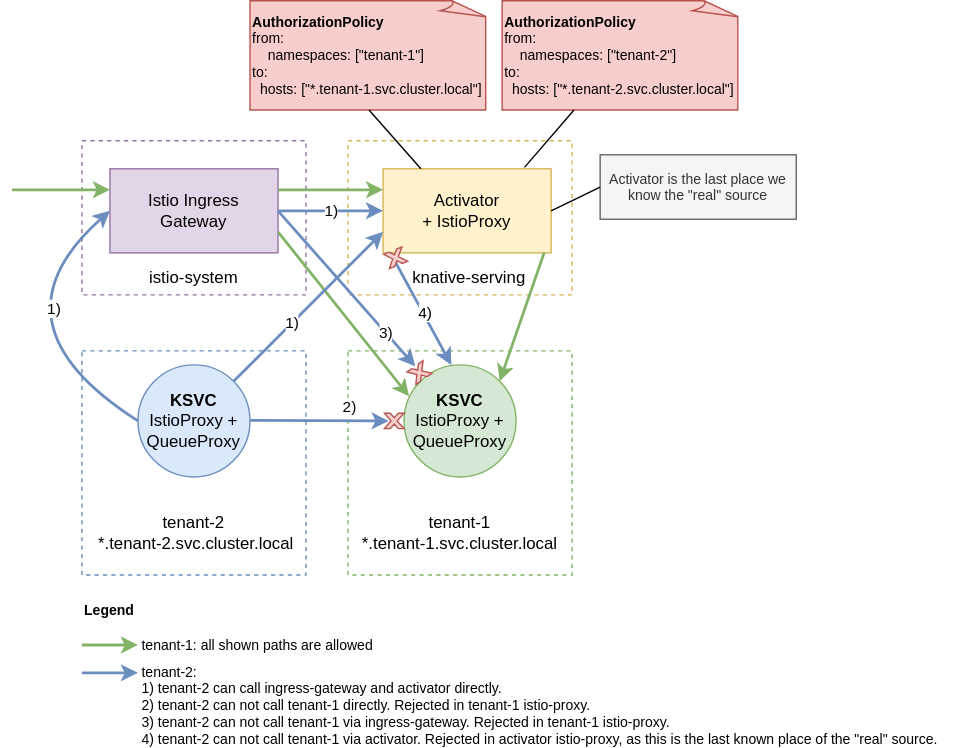
Above: modules/serverless-common/assets/images/service-mesh/multi-tenancy-service-mesh.drawio.svg in openshift-knative/docs (draw.io), before the change. Source tidied: cells renumbered, new cells last; positions are measured from the earlier drawing's top-left corner, leaving out a move shared by most shapes.
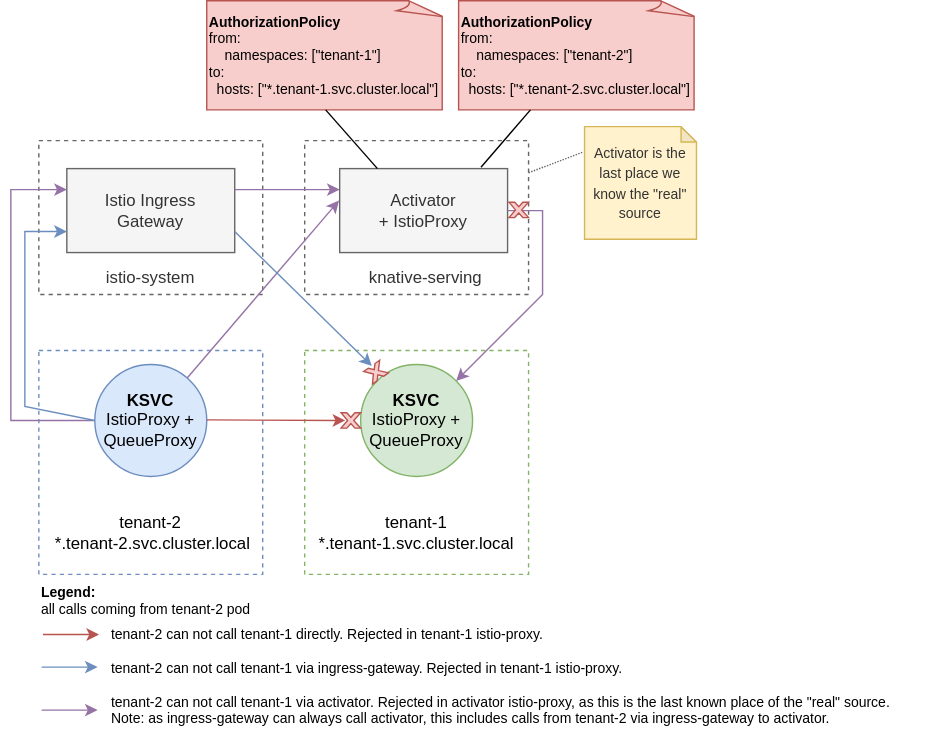
After the commit.

Commit message:
use updated diagram of tenancy diagram

The edit, as a diff of the source:
```diff
@@ -8,16 +8,16 @@
     <mxCell id="3" value="&lt;br&gt;&lt;br&gt;&lt;br&gt;&lt;br&gt;&lt;br&gt;&lt;br&gt;&lt;br&gt;tenant-2&lt;br&gt;&amp;nbsp;*.tenant-2.svc.cluster.local" style="rounded=0;whiteSpace=wrap;html=1;fillColor=none;dashed=1;strokeColor=#6c8ebf;" parent="1" vertex="1">
       <mxGeometry x="70" y="250" width="160" height="160" as="geometry" />
     </mxCell>
-    <mxCell id="4" value="&lt;br&gt;&lt;br&gt;&lt;br&gt;&lt;br&gt;&lt;br&gt;&lt;br&gt;&amp;nbsp; &amp;nbsp; knative-serving" style="rounded=0;whiteSpace=wrap;html=1;fillColor=none;dashed=1;strokeColor=#d6b656;" parent="1" vertex="1">
+    <mxCell id="4" value="&lt;br&gt;&lt;br&gt;&lt;br&gt;&lt;br&gt;&lt;br&gt;&lt;br&gt;&amp;nbsp; &amp;nbsp; knative-serving" style="rounded=0;whiteSpace=wrap;html=1;fillColor=none;dashed=1;strokeColor=#666666;fontColor=#333333;" parent="1" vertex="1">
       <mxGeometry x="260" y="100" width="160" height="110" as="geometry" />
     </mxCell>
-    <mxCell id="5" value="&lt;br&gt;&lt;br&gt;&lt;br&gt;&lt;br&gt;&lt;br&gt;&lt;br&gt;istio-system" style="rounded=0;whiteSpace=wrap;html=1;fillColor=none;dashed=1;strokeColor=#9673a6;" parent="1" vertex="1">
+    <mxCell id="5" value="&lt;br&gt;&lt;br&gt;&lt;br&gt;&lt;br&gt;&lt;br&gt;&lt;br&gt;istio-system" style="rounded=0;whiteSpace=wrap;html=1;fillColor=none;dashed=1;strokeColor=#666666;fontColor=#333333;" parent="1" vertex="1">
       <mxGeometry x="70" y="100" width="160" height="110" as="geometry" />
     </mxCell>
-    <mxCell id="6" value="Istio Ingress &lt;br&gt;Gateway" style="rounded=0;whiteSpace=wrap;html=1;fillColor=#e1d5e7;strokeColor=#9673a6;" parent="1" vertex="1">
+    <mxCell id="6" value="Istio Ingress &lt;br&gt;Gateway" style="rounded=0;whiteSpace=wrap;html=1;fillColor=#f5f5f5;strokeColor=#666666;fontColor=#333333;" parent="1" vertex="1">
       <mxGeometry x="90" y="120" width="120" height="60" as="geometry" />
     </mxCell>
-    <mxCell id="7" value="Activator&lt;br&gt;+ IstioProxy" style="rounded=0;whiteSpace=wrap;html=1;fillColor=#fff2cc;strokeColor=#d6b656;" parent="1" vertex="1">
+    <mxCell id="7" value="Activator&lt;br&gt;+ IstioProxy" style="rounded=0;whiteSpace=wrap;html=1;fillColor=#f5f5f5;strokeColor=#666666;fontColor=#333333;" parent="1" vertex="1">
       <mxGeometry x="285" y="120" width="120" height="60" as="geometry" />
     </mxCell>
     <mxCell id="8" value="&lt;b&gt;KSVC&lt;/b&gt; IstioProxy + QueueProxy" style="ellipse;whiteSpace=wrap;html=1;fillColor=#dae8fc;strokeColor=#6c8ebf;" parent="1" vertex="1">
@@ -26,55 +26,37 @@
     <mxCell id="9" value="&lt;b&gt;KSVC&lt;br&gt;&lt;/b&gt;IstioProxy + QueueProxy" style="ellipse;whiteSpace=wrap;html=1;fillColor=#d5e8d4;strokeColor=#82b366;" parent="1" vertex="1">
       <mxGeometry x="300" y="260" width="80" height="80" as="geometry" />
     </mxCell>
-    <mxCell id="10" style="endArrow=classic;html=1;rounded=0;entryX=0;entryY=0.25;entryDx=0;entryDy=0;fillColor=#d5e8d4;strokeColor=#82b366;strokeWidth=2;" parent="1" edge="1" target="6">
-      <mxGeometry relative="1" as="geometry">
-        <mxPoint x="20" y="135" as="sourcePoint" />
-      </mxGeometry>
-    </mxCell>
-    <mxCell id="11" style="endArrow=classic;html=1;rounded=0;fillColor=#d5e8d4;strokeColor=#82b366;strokeWidth=2;exitX=1;exitY=0.25;exitDx=0;exitDy=0;entryX=0;entryY=0.25;entryDx=0;entryDy=0;" parent="1" edge="1" source="6" target="7">
-      <mxGeometry relative="1" as="geometry" />
-    </mxCell>
-    <mxCell id="12" style="endArrow=classic;html=1;rounded=0;fillColor=#d5e8d4;strokeColor=#82b366;strokeWidth=2;entryX=1;entryY=0;entryDx=0;entryDy=0;" parent="1" edge="1" target="9">
-      <mxGeometry relative="1" as="geometry">
-        <mxPoint x="400" y="180" as="sourcePoint" />
-      </mxGeometry>
-    </mxCell>
-    <mxCell id="13" style="endArrow=classic;html=1;rounded=0;fillColor=#d5e8d4;strokeColor=#82b366;strokeWidth=2;exitX=1;exitY=0.75;exitDx=0;exitDy=0;entryX=0.044;entryY=0.28;entryDx=0;entryDy=0;entryPerimeter=0;" parent="1" edge="1" source="6" target="9">
-      <mxGeometry relative="1" as="geometry" />
-    </mxCell>
-    <mxCell id="14" value="2)" style="endArrow=classic;html=1;rounded=0;fillColor=#dae8fc;strokeColor=#6c8ebf;strokeWidth=2;" parent="1" edge="1">
-      <mxGeometry x="0.43" y="10" relative="1" as="geometry">
+    <mxCell id="14" style="endArrow=classic;html=1;rounded=0;fillColor=#f8cecc;strokeColor=#b85450;strokeWidth=1;" parent="1" edge="1">
+      <mxGeometry x="0.09" y="9" relative="1" as="geometry">
         <mxPoint x="190" y="299.6" as="sourcePoint" />
         <mxPoint x="289" y="300" as="targetPoint" />
       </mxGeometry>
     </mxCell>
-    <mxCell id="15" value="1)" style="endArrow=classic;html=1;rounded=0;entryX=0;entryY=0.75;entryDx=0;entryDy=0;fillColor=#dae8fc;strokeColor=#6c8ebf;strokeWidth=2;exitX=1;exitY=0;exitDx=0;exitDy=0;" parent="1" edge="1" source="8" target="7">
-      <mxGeometry x="-0.22" relative="1" as="geometry" />
+    <mxCell id="15" style="endArrow=classic;html=1;rounded=0;fillColor=#e1d5e7;strokeColor=#9673a6;strokeWidth=1;entryX=-0.004;entryY=0.381;entryDx=0;entryDy=0;entryPerimeter=0;" parent="1" edge="1" source="8" target="7">
+      <mxGeometry x="-0.15" y="-6" relative="1" as="geometry" />
     </mxCell>
-    <mxCell id="16" value="1)" style="endArrow=classic;html=1;rounded=0;fillColor=#dae8fc;strokeColor=#6c8ebf;strokeWidth=2;exitX=1;exitY=0.5;exitDx=0;exitDy=0;entryX=0;entryY=0.5;entryDx=0;entryDy=0;" parent="1" edge="1" source="6" target="7">
+    <mxCell id="16" style="endArrow=classic;html=1;rounded=0;fillColor=#e1d5e7;strokeColor=#9673a6;strokeWidth=1;exitX=1;exitY=0.25;exitDx=0;exitDy=0;entryX=0;entryY=0.25;entryDx=0;entryDy=0;" parent="1" edge="1" source="6" target="7">
       <mxGeometry relative="1" as="geometry" />
     </mxCell>
     <mxCell id="17" style="verticalLabelPosition=bottom;verticalAlign=top;html=1;shape=mxgraph.basic.x;fillColor=#f8cecc;strokeColor=#b85450;rotation=0;" parent="1" vertex="1">
       <mxGeometry x="286" y="294.5" width="14" height="11" as="geometry" />
     </mxCell>
-    <mxCell id="18" value="4)" style="endArrow=classic;html=1;rounded=0;fillColor=#dae8fc;strokeColor=#6c8ebf;strokeWidth=2;exitX=0.044;exitY=1.001;exitDx=0;exitDy=0;entryX=0.422;entryY=0.001;entryDx=0;entryDy=0;exitPerimeter=0;entryPerimeter=0;" parent="1" edge="1" source="7" target="9">
-      <mxGeometry x="0.09" y="1" relative="1" as="geometry" />
+    <mxCell id="18" style="endArrow=classic;html=1;rounded=0;fillColor=#e1d5e7;strokeColor=#9673a6;strokeWidth=1;exitX=1;exitY=0.5;exitDx=0;exitDy=0;entryX=1;entryY=0;entryDx=0;entryDy=0;" parent="1" edge="1" source="7" target="9">
+      <mxGeometry x="0.09" y="1" relative="1" as="geometry">
+        <Array as="points">
+          <mxPoint x="430" y="150" />
+          <mxPoint x="430" y="210" />
+        </Array>
+      </mxGeometry>
     </mxCell>
-    <mxCell id="19" value="1)" style="endArrow=classic;html=1;entryX=0;entryY=0.5;entryDx=0;entryDy=0;fillColor=#dae8fc;strokeColor=#6c8ebf;strokeWidth=2;exitX=0;exitY=0.5;exitDx=0;exitDy=0;curved=1;" parent="1" edge="1" source="8" target="6">
-      <mxGeometry x="0.39" y="-26" relative="1" as="geometry">
-        <Array as="points">
-          <mxPoint y="230" />
-        </Array>
-      </mxGeometry>
-    </mxCell>
     <mxCell id="20" value="&lt;b&gt;AuthorizationPolicy&lt;br&gt;&lt;/b&gt;from:&lt;br&gt;&amp;nbsp; &amp;nbsp;&amp;nbsp;&lt;font style=&quot;font-size: 10px;&quot;&gt;&lt;span style=&quot;box-sizing: border-box; margin: 0px; padding: 0px; border: 0px; font-variant-numeric: inherit; font-variant-east-asian: inherit; font-stretch: inherit; line-height: inherit; vertical-align: baseline;&quot; class=&quot;token key atrule&quot;&gt;namespaces&lt;/span&gt;&lt;span style=&quot;box-sizing: border-box; margin: 0px; padding: 0px; border: 0px; font-variant-numeric: inherit; font-variant-east-asian: inherit; font-stretch: inherit; line-height: inherit; vertical-align: baseline;&quot; class=&quot;token punctuation&quot;&gt;:&amp;nbsp;[&quot;tenant-1&quot;]&lt;br&gt;to:&lt;br&gt;&amp;nbsp; hosts: [&quot;*.tenant-1.svc.cluster.local&quot;]&lt;br&gt;&lt;/span&gt;&lt;/font&gt;" style="whiteSpace=wrap;html=1;shape=mxgraph.basic.document;fontSize=10;fillColor=#f8cecc;align=left;strokeColor=#b85450;" parent="1" vertex="1">
       <mxGeometry x="190" width="170" height="78" as="geometry" />
     </mxCell>
     <mxCell id="21" value="&lt;b&gt;AuthorizationPolicy&lt;br&gt;&lt;/b&gt;from:&lt;br&gt;&amp;nbsp; &amp;nbsp;&amp;nbsp;&lt;font style=&quot;font-size: 10px;&quot;&gt;&lt;span style=&quot;box-sizing: border-box; margin: 0px; padding: 0px; border: 0px; font-variant-numeric: inherit; font-variant-east-asian: inherit; font-stretch: inherit; line-height: inherit; vertical-align: baseline;&quot; class=&quot;token key atrule&quot;&gt;namespaces&lt;/span&gt;&lt;span style=&quot;box-sizing: border-box; margin: 0px; padding: 0px; border: 0px; font-variant-numeric: inherit; font-variant-east-asian: inherit; font-stretch: inherit; line-height: inherit; vertical-align: baseline;&quot; class=&quot;token punctuation&quot;&gt;:&amp;nbsp;[&quot;tenant-2&quot;]&lt;br&gt;to:&lt;br&gt;&amp;nbsp; hosts: [&quot;*.tenant-2.svc.cluster.local&quot;]&lt;br&gt;&lt;/span&gt;&lt;/font&gt;" style="whiteSpace=wrap;html=1;shape=mxgraph.basic.document;fontSize=10;fillColor=#f8cecc;align=left;strokeColor=#b85450;" parent="1" vertex="1">
       <mxGeometry x="370" width="170" height="78" as="geometry" />
     </mxCell>
-    <mxCell id="22" style="verticalLabelPosition=bottom;verticalAlign=top;html=1;shape=mxgraph.basic.x;fillColor=#f8cecc;strokeColor=#b85450;rotation=-22;" parent="1" vertex="1">
-      <mxGeometry x="287" y="178" width="14" height="11" as="geometry" />
+    <mxCell id="22" style="verticalLabelPosition=bottom;verticalAlign=top;html=1;shape=mxgraph.basic.x;fillColor=#f8cecc;strokeColor=#b85450;rotation=0;" parent="1" vertex="1">
+      <mxGeometry x="406" y="144" width="14" height="11" as="geometry" />
     </mxCell>
     <mxCell id="23" style="endArrow=none;html=1;rounded=0;strokeWidth=1;fontFamily=Helvetica;fontSize=10;fontColor=#000000;entryX=0.5;entryY=1;entryDx=0;entryDy=0;entryPerimeter=0;" parent="1" edge="1" target="20">
       <mxGeometry relative="1" as="geometry">
@@ -86,13 +68,10 @@
         <mxPoint x="386" y="119" as="sourcePoint" />
       </mxGeometry>
     </mxCell>
-    <mxCell id="25" value="Activator is the last place we know the &quot;real&quot; source" style="rounded=0;whiteSpace=wrap;html=1;fontFamily=Helvetica;fontSize=10;fontColor=#333333;fillColor=#f5f5f5;strokeColor=#666666;" parent="1" vertex="1">
-      <mxGeometry x="440" y="110" width="140" height="46" as="geometry" />
-    </mxCell>
-    <mxCell id="26" style="endArrow=none;html=1;rounded=0;strokeWidth=1;fontFamily=Helvetica;fontSize=10;fontColor=#000000;exitX=0;exitY=0.5;exitDx=0;exitDy=0;entryX=1;entryY=0.5;entryDx=0;entryDy=0;" parent="1" edge="1" source="25" target="7">
+    <mxCell id="26" style="endArrow=none;html=1;rounded=0;strokeWidth=1;fontFamily=Helvetica;fontSize=10;fontColor=#000000;exitX=-0.021;exitY=0.228;exitDx=0;exitDy=0;exitPerimeter=0;dashed=1;fillColor=#f5f5f5;strokeColor=#666666;dashPattern=1 1;entryX=0.998;entryY=0.21;entryDx=0;entryDy=0;entryPerimeter=0;" parent="1" edge="1" source="25" target="4">
       <mxGeometry relative="1" as="geometry" />
     </mxCell>
-    <mxCell id="27" value="3)" style="endArrow=classic;html=1;rounded=0;fillColor=#dae8fc;strokeColor=#6c8ebf;strokeWidth=2;exitX=1;exitY=0.5;exitDx=0;exitDy=0;" parent="1" edge="1" source="6">
+    <mxCell id="27" style="endArrow=classic;html=1;rounded=0;fillColor=#dae8fc;strokeColor=#6c8ebf;strokeWidth=1;exitX=1;exitY=0.75;exitDx=0;exitDy=0;" parent="1" edge="1" source="6">
       <mxGeometry x="0.57" relative="1" as="geometry">
         <mxPoint x="308" y="261" as="targetPoint" />
       </mxGeometry>
@@ -100,26 +79,48 @@
     <mxCell id="28" style="verticalLabelPosition=bottom;verticalAlign=top;html=1;shape=mxgraph.basic.x;fillColor=#f8cecc;strokeColor=#b85450;rotation=-35;" parent="27" vertex="1">
       <mxGeometry x="-466" y="-490" width="14" height="11" as="geometry" />
     </mxCell>
-    <mxCell id="29" style="endArrow=classic;html=1;rounded=0;fillColor=#d5e8d4;strokeColor=#82b366;strokeWidth=2;" parent="1" edge="1">
-      <mxGeometry relative="1" as="geometry">
-        <mxPoint x="70" y="460" as="sourcePoint" />
-        <mxPoint x="110" y="460" as="targetPoint" />
-      </mxGeometry>
-    </mxCell>
-    <mxCell id="30" value="&lt;b&gt;Legend&lt;br&gt;&lt;/b&gt;" style="text;html=1;strokeColor=none;fillColor=none;align=left;verticalAlign=middle;whiteSpace=wrap;rounded=0;fontFamily=Helvetica;fontSize=10;fontColor=#000000;" parent="1" vertex="1">
-      <mxGeometry x="70" y="430" width="40" height="10" as="geometry" />
+    <mxCell id="30" value="&lt;b&gt;Legend: &lt;br&gt;&lt;/b&gt;all calls coming from tenant-2 pod" style="text;html=1;strokeColor=none;fillColor=none;align=left;verticalAlign=middle;whiteSpace=wrap;rounded=0;fontFamily=Helvetica;fontSize=10;fontColor=#000000;" parent="1" vertex="1">
+      <mxGeometry x="70" y="424" width="440" height="10" as="geometry" />
     </mxCell>
-    <mxCell id="31" style="endArrow=classic;html=1;rounded=0;fillColor=#dae8fc;strokeColor=#6c8ebf;strokeWidth=2;" parent="1" edge="1">
+    <mxCell id="31" style="endArrow=classic;html=1;rounded=0;fillColor=#f8cecc;strokeColor=#b85450;strokeWidth=1;" parent="1" edge="1">
       <mxGeometry relative="1" as="geometry">
-        <mxPoint x="70" y="479.9" as="sourcePoint" />
-        <mxPoint x="110" y="479.9" as="targetPoint" />
+        <mxPoint x="73" y="453" as="sourcePoint" />
+        <mxPoint x="113" y="453" as="targetPoint" />
       </mxGeometry>
     </mxCell>
-    <mxCell id="32" value="tenant-1: all shown paths are allowed" style="text;html=1;strokeColor=none;fillColor=none;align=left;verticalAlign=middle;whiteSpace=wrap;rounded=0;fontFamily=Helvetica;fontSize=10;fontColor=#000000;" parent="1" vertex="1">
-      <mxGeometry x="111" y="455" width="179" height="10" as="geometry" />
-    </mxCell>
-    <mxCell id="33" value="tenant-2:&amp;nbsp;&lt;br&gt;1) tenant-2 can call ingress-gateway and activator directly.&lt;br&gt;2) tenant-2 can not call tenant-1 directly. Rejected in tenant-1 istio-proxy.&lt;br&gt;3) tenant-2 can not call tenant-1 via ingress-gateway. Rejected in tenant-1 istio-proxy.&lt;br&gt;4) tenant-2 can not call tenant-1 via activator. Rejected in activator istio-proxy, as this is the last known place of the &quot;real&quot; source." style="text;html=1;strokeColor=none;fillColor=none;align=left;verticalAlign=middle;whiteSpace=wrap;rounded=0;fontFamily=Helvetica;fontSize=10;fontColor=#000000;" parent="1" vertex="1">
-      <mxGeometry x="111" y="475.5" width="599" height="54.5" as="geometry" />
+    <mxCell id="33" value="tenant-2 can not call tenant-1 directly. Rejected in tenant-1 istio-proxy.&lt;br&gt;&lt;br&gt;tenant-2 can not call tenant-1 via ingress-gateway. Rejected in tenant-1 istio-proxy.&lt;br&gt;&lt;br&gt;tenant-2 can not call tenant-1 via activator. Rejected in activator istio-proxy, as this is the last known place of the &quot;real&quot; source.&lt;br&gt;Note: as ingress-gateway can always call activator, this includes calls from tenant-2 via ingress-gateway to activator." style="text;html=1;strokeColor=none;fillColor=none;align=left;verticalAlign=middle;whiteSpace=wrap;rounded=0;fontFamily=Helvetica;fontSize=10;fontColor=#000000;" parent="1" vertex="1">
+      <mxGeometry x="120" y="440" width="599" height="85" as="geometry" />
     </mxCell>
+    <mxCell id="34" style="endArrow=classic;html=1;entryX=0;entryY=0.25;entryDx=0;entryDy=0;fillColor=#e1d5e7;strokeColor=#9673a6;strokeWidth=1;exitX=0;exitY=0.5;exitDx=0;exitDy=0;rounded=0;" parent="1" edge="1" source="8" target="6">
+      <mxGeometry x="0.42" y="-30" relative="1" as="geometry">
+        <Array as="points">
+          <mxPoint x="50" y="300" />
+          <mxPoint x="50" y="135" />
+        </Array>
+      </mxGeometry>
+    </mxCell>
+    <mxCell id="35" style="endArrow=classic;html=1;entryX=0;entryY=0.75;entryDx=0;entryDy=0;fillColor=#dae8fc;strokeColor=#6c8ebf;strokeWidth=1;exitX=0;exitY=0.5;exitDx=0;exitDy=0;rounded=0;" parent="1" edge="1" source="8" target="6">
+      <mxGeometry x="0.42" y="-30" relative="1" as="geometry">
+        <Array as="points">
+          <mxPoint x="60" y="290" />
+          <mxPoint x="60" y="165" />
+        </Array>
+      </mxGeometry>
+    </mxCell>
+    <mxCell id="25" value="&lt;span style=&quot;color: rgb(51, 51, 51); font-size: 10px;&quot;&gt;Activator is the last place we know the &quot;real&quot; source&lt;/span&gt;" style="shape=note;whiteSpace=wrap;html=1;backgroundOutline=1;darkOpacity=0.05;fillColor=#fff2cc;size=11;strokeColor=#d6b656;" parent="1" vertex="1">
+      <mxGeometry x="460" y="90" width="80" height="80.5" as="geometry" />
+    </mxCell>
+    <mxCell id="36" style="endArrow=classic;html=1;rounded=0;fillColor=#dae8fc;strokeColor=#6c8ebf;strokeWidth=1;" parent="1" edge="1">
+      <mxGeometry relative="1" as="geometry">
+        <mxPoint x="72" y="476.3" as="sourcePoint" />
+        <mxPoint x="112" y="476.3" as="targetPoint" />
+      </mxGeometry>
+    </mxCell>
+    <mxCell id="37" style="endArrow=classic;html=1;rounded=0;fillColor=#e1d5e7;strokeColor=#9673a6;strokeWidth=1;" parent="1" edge="1">
+      <mxGeometry relative="1" as="geometry">
+        <mxPoint x="72" y="507" as="sourcePoint" />
+        <mxPoint x="112" y="507" as="targetPoint" />
+      </mxGeometry>
+    </mxCell>
   </root>
 </mxGraphModel>
```
